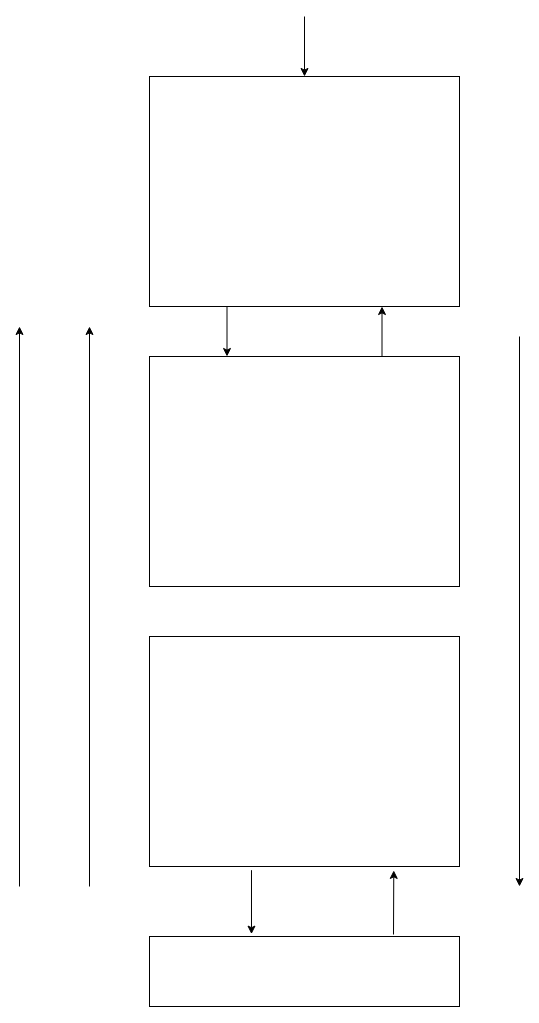
The draw.io diagram 2.2.drawio in dotNETDev-Zayniddin/AdvOOP-1, before the edit. Source tidied: cells renumbered, new cells numbered last; positions are measured from the earlier drawing's top-left corner, leaving out a move shared by most shapes. Both pictures are drawn from the tidied source at 100%, with x=0, y=0 at pixel (19, 16).
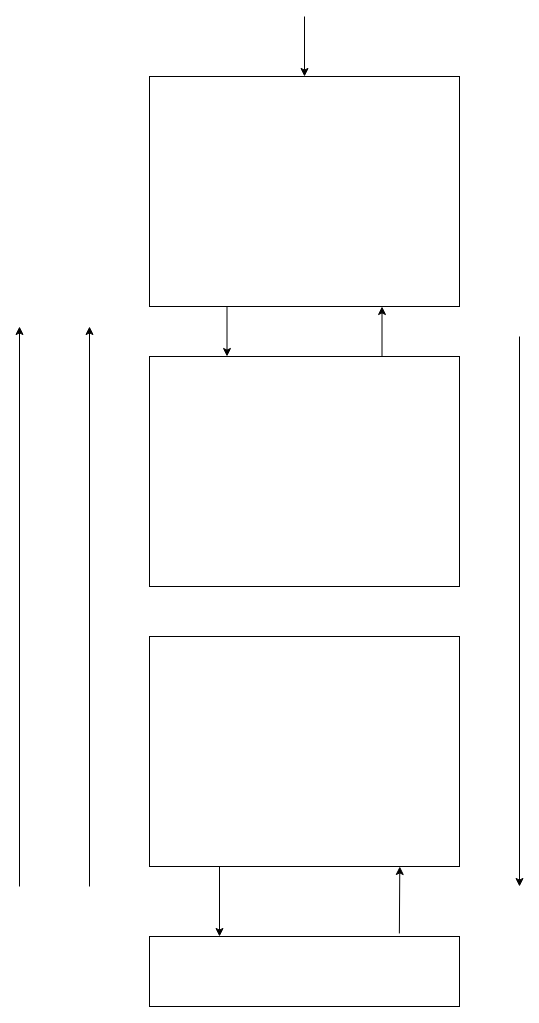
After the change.

What changed in the source:
```diff
@@
 <mxGraphModel>
   <root>
     <mxCell id="0" />
     <mxCell id="1" parent="0" />
     <mxCell id="2" style="rounded=0;whiteSpace=wrap;html=1;" parent="1" vertex="1">
       <mxGeometry x="130" y="60" width="310" height="230" as="geometry" />
     </mxCell>
     <mxCell id="3" style="edgeStyle=orthogonalEdgeStyle;rounded=0;jettySize=auto;html=1;exitX=0.75;exitY=0;exitDx=0;exitDy=0;entryX=0.75;entryY=1;entryDx=0;entryDy=0;" parent="1" edge="1" source="4" target="2">
       <mxGeometry relative="1" as="geometry" />
     </mxCell>
     <mxCell id="4" style="rounded=0;whiteSpace=wrap;html=1;" parent="1" vertex="1">
       <mxGeometry x="130" y="340" width="310" height="230" as="geometry" />
     </mxCell>
     <mxCell id="5" style="rounded=0;whiteSpace=wrap;html=1;" parent="1" vertex="1">
       <mxGeometry x="130" y="620" width="310" height="230" as="geometry" />
     </mxCell>
     <mxCell id="6" style="rounded=0;whiteSpace=wrap;html=1;" parent="1" vertex="1">
       <mxGeometry x="130" y="920" width="310" height="70" as="geometry" />
     </mxCell>
     <mxCell id="7" style="endArrow=classic;html=1;rounded=0;" parent="1" edge="1">
       <mxGeometry relative="1" as="geometry">
         <mxPoint x="70" y="870" as="sourcePoint" />
         <mxPoint x="70" y="310" as="targetPoint" />
       </mxGeometry>
     </mxCell>
     <mxCell id="8" style="endArrow=classic;html=1;rounded=0;" parent="1" edge="1">
       <mxGeometry relative="1" as="geometry">
         <mxPoint y="870" as="sourcePoint" />
         <mxPoint y="310" as="targetPoint" />
       </mxGeometry>
     </mxCell>
     <mxCell id="9" style="endArrow=classic;html=1;rounded=0;exitX=0.25;exitY=1;exitDx=0;exitDy=0;entryX=0.25;entryY=0;entryDx=0;entryDy=0;" parent="1" edge="1" source="2" target="4">
       <mxGeometry relative="1" as="geometry" />
     </mxCell>
     <mxCell id="10" style="endArrow=classic;html=1;rounded=0;entryX=0.5;entryY=0;entryDx=0;entryDy=0;" parent="1" edge="1" target="2">
       <mxGeometry relative="1" as="geometry">
         <mxPoint x="285" as="sourcePoint" />
       </mxGeometry>
     </mxCell>
     <mxCell id="11" style="endArrow=classic;html=1;rounded=0;" parent="1" edge="1">
       <mxGeometry relative="1" as="geometry">
         <mxPoint x="500" y="320" as="sourcePoint" />
         <mxPoint x="500" y="870" as="targetPoint" />
       </mxGeometry>
     </mxCell>
-    <mxCell id="12" style="endArrow=classic;html=1;rounded=0;entryX=0.788;entryY=1.017;entryDx=0;entryDy=0;entryPerimeter=0;" parent="1" edge="1" target="5">
+    <mxCell id="12" style="endArrow=classic;html=1;rounded=0;entryX=0.788;entryY=1.017;entryDx=0;entryDy=0;entryPerimeter=0;exitX=0.806;exitY=-0.044;exitDx=0;exitDy=0;exitPerimeter=0;" parent="1" edge="1" source="6">
       <mxGeometry relative="1" as="geometry">
-        <mxPoint x="374" y="918" as="sourcePoint" />
+        <mxPoint x="380.3" y="850" as="targetPoint" />
       </mxGeometry>
     </mxCell>
-    <mxCell id="13" style="endArrow=classic;html=1;rounded=0;exitX=0.329;exitY=1.016;exitDx=0;exitDy=0;exitPerimeter=0;entryX=0.329;entryY=-0.034;entryDx=0;entryDy=0;entryPerimeter=0;" parent="1" edge="1" source="5" target="6">
-      <mxGeometry relative="1" as="geometry" />
+    <mxCell id="13" style="endArrow=classic;html=1;rounded=0;exitX=0.329;exitY=1.016;exitDx=0;exitDy=0;exitPerimeter=0;" parent="1" edge="1">
+      <mxGeometry relative="1" as="geometry">
+        <mxPoint x="200" y="850" as="sourcePoint" />
+        <mxPoint x="200" y="920" as="targetPoint" />
+      </mxGeometry>
     </mxCell>
   </root>
 </mxGraphModel>
```
